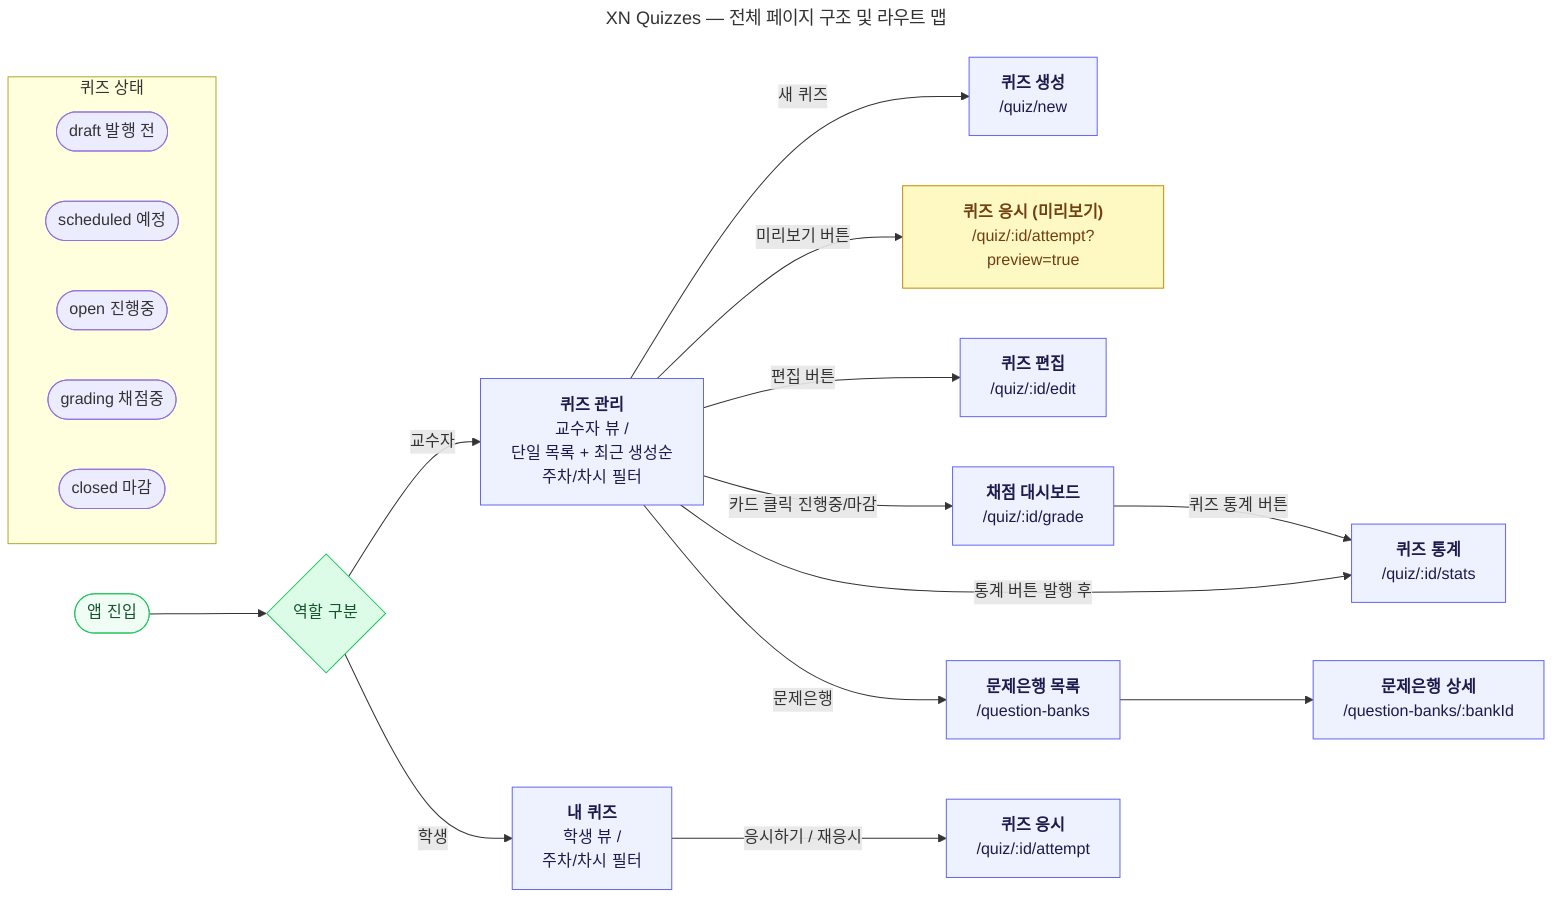
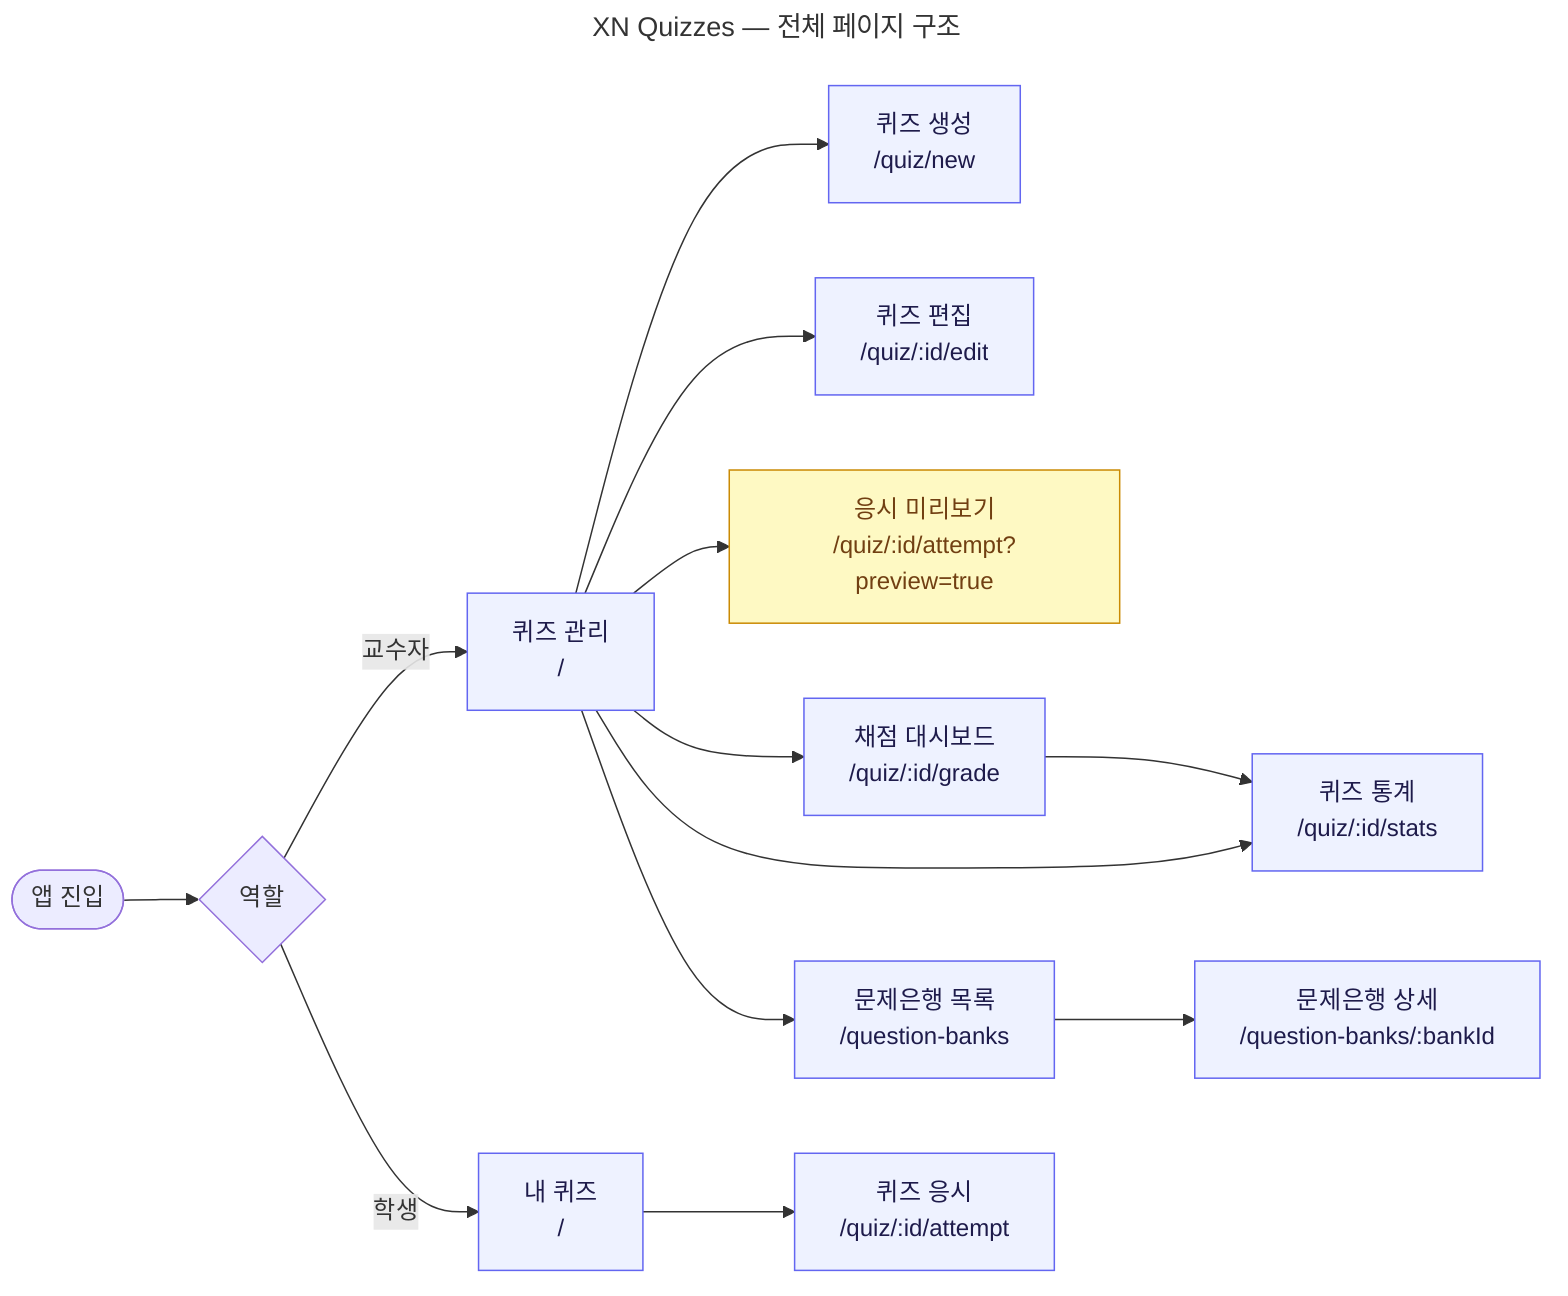
---
- title: XN Quizzes — 전체 페이지 구조 및 라우트 맵
+ title: XN Quizzes — 전체 페이지 구조
---
flowchart LR
-     START([앱 진입]) --> ROLE{역할 구분}
+     START([앱 진입]) --> ROLE{역할}

-     %% 교수자 영역
-     ROLE -->|교수자| QL_I["`**퀴즈 관리**
-     교수자 뷰 /
-     단일 목록 + 최근 생성순
-     주차/차시 필터`"]
+     ROLE -->|교수자| QL_I[퀴즈 관리\n/]
+     QL_I --> QC[퀴즈 생성\n/quiz/new]
+     QL_I --> QE[퀴즈 편집\n/quiz/:id/edit]
+     QL_I --> QA_P[응시 미리보기\n/quiz/:id/attempt?preview=true]
+     QL_I --> GD[채점 대시보드\n/quiz/:id/grade]
+     QL_I --> QS[퀴즈 통계\n/quiz/:id/stats]
+     QL_I --> QBL[문제은행 목록\n/question-banks]
+     QBL --> QB[문제은행 상세\n/question-banks/:bankId]
+     GD --> QS

-     QL_I -->|새 퀴즈| QC["`**퀴즈 생성**
-     /quiz/new`"]
-     QL_I -->|미리보기 버튼| QA_P["`**퀴즈 응시 (미리보기)**
-     /quiz/:id/attempt?preview=true`"]
-     QL_I -->|편집 버튼| QE["`**퀴즈 편집**
-     /quiz/:id/edit`"]
-     QL_I -->|카드 클릭 진행중/마감| GD["`**채점 대시보드**
-     /quiz/:id/grade`"]
-     QL_I -->|통계 버튼 발행 후| QS["`**퀴즈 통계**
-     /quiz/:id/stats`"]
-     QL_I -->|문제은행| QBL["`**문제은행 목록**
-     /question-banks`"]
-     QBL --> QB["`**문제은행 상세**
-     /question-banks/:bankId`"]
+     ROLE -->|학생| QL_S[내 퀴즈\n/]
+     QL_S --> QA[퀴즈 응시\n/quiz/:id/attempt]

-     GD -->|퀴즈 통계 버튼| QS
+     classDef page fill:#EEF2FF,stroke:#6366F1,color:#1e1b4b
+     classDef preview fill:#FEF9C3,stroke:#CA8A04,color:#713f12

-     %% 학생 영역 — 교수자 영역과 완전히 분리
-     ROLE -->|학생| QL_S["`**내 퀴즈**
-     학생 뷰 /
-     주차/차시 필터`"]
-     QL_S -->|응시하기 / 재응시| QA["`**퀴즈 응시**
-     /quiz/:id/attempt`"]
- 
-     %% 퀴즈 상태 범례
-     subgraph STATUS ["퀴즈 상태"]
-         direction LR
-         ST1([draft 발행 전])
-         ST2([scheduled 예정])
-         ST3([open 진행중])
-         ST4([grading 채점중])
-         ST5([closed 마감])
-     end
- 
-     %% 스타일
-     style QL_I fill:#EEF2FF,stroke:#6366F1,color:#1e1b4b
-     style QC   fill:#EEF2FF,stroke:#6366F1,color:#1e1b4b
-     style QE   fill:#EEF2FF,stroke:#6366F1,color:#1e1b4b
-     style GD   fill:#EEF2FF,stroke:#6366F1,color:#1e1b4b
-     style QS   fill:#EEF2FF,stroke:#6366F1,color:#1e1b4b
-     style QBL  fill:#EEF2FF,stroke:#6366F1,color:#1e1b4b
-     style QB   fill:#EEF2FF,stroke:#6366F1,color:#1e1b4b
-     style QL_S fill:#EEF2FF,stroke:#6366F1,color:#1e1b4b
-     style QA   fill:#EEF2FF,stroke:#6366F1,color:#1e1b4b
-     style QA_P fill:#FEF9C3,stroke:#CA8A04,color:#713f12
- 
-     style START fill:#F0FDF4,stroke:#22C55E,color:#14532d
-     style ROLE  fill:#DCFCE7,stroke:#22C55E,color:#14532d
+     class QL_I,QC,QE,GD,QS,QBL,QB,QL_S,QA page
+     class QA_P preview
+     class START fill:#F0FDF4,stroke:#22C55E,color:#14532d
+     class ROLE fill:#DCFCE7,stroke:#22C55E,color:#14532d
